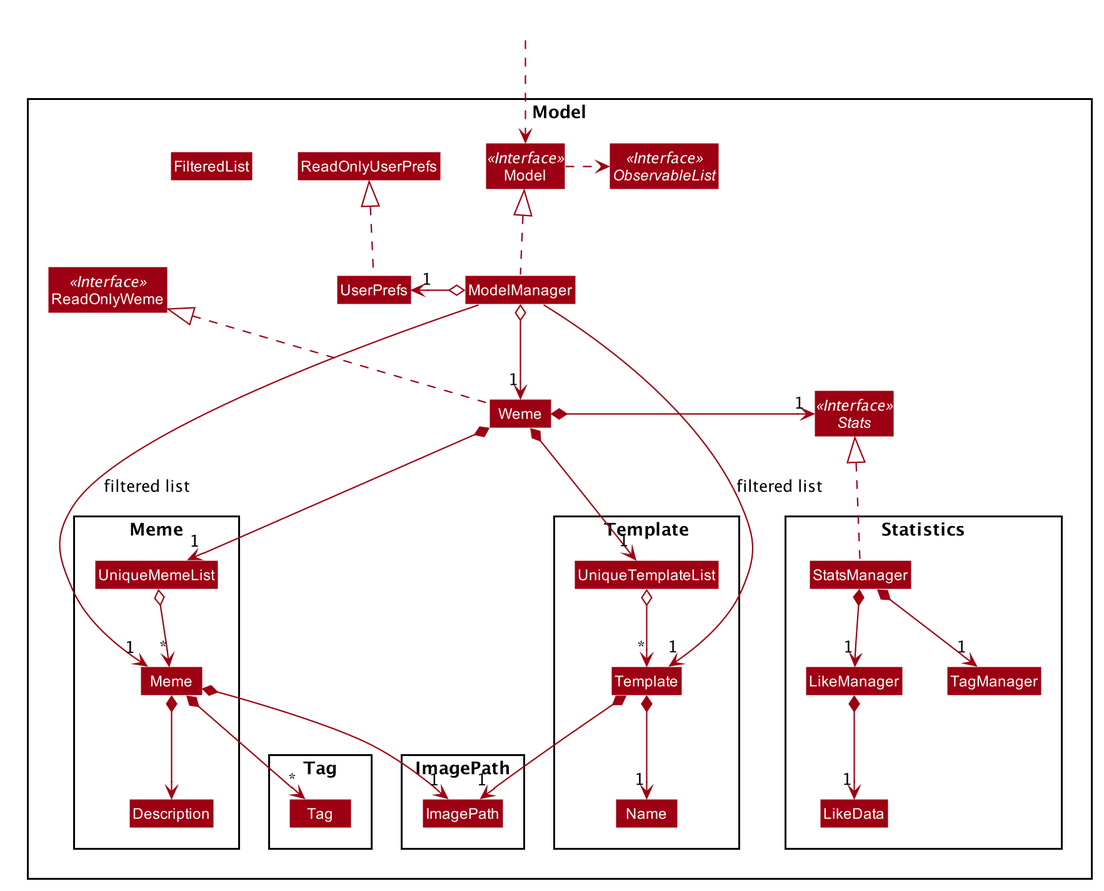
Earlier version of the PlantUML export docs/images/ModelClassDiagram.png (nus-cs2103-AY1920S1/addressbook-level3).
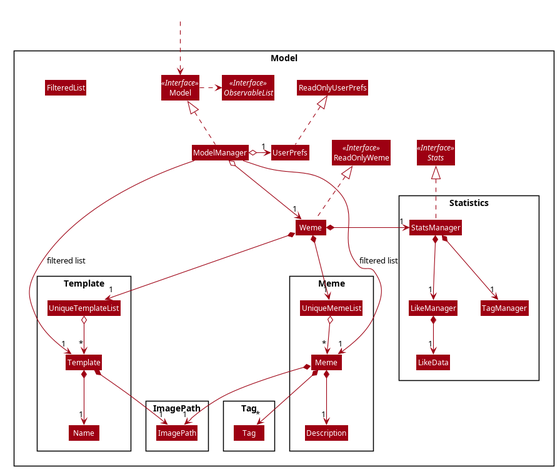
After the change.

Diff of the diagram source:
```diff
@@ -106,10 +106,10 @@
 Weme *--> "1" UniqueMemeList
 UniqueMemeList o--> "*" Meme
 Meme *--> "1" ImagePath
-Meme *--> Description
+Meme *--> "1" Description
 Meme *--> "*" Tag
 
-Weme *-right-> "1" Stats
+Weme *-right-> "1" StatsManager
 
 Weme *--> "1" UniqueTemplateList
 UniqueTemplateList o--> "*" Template
```
